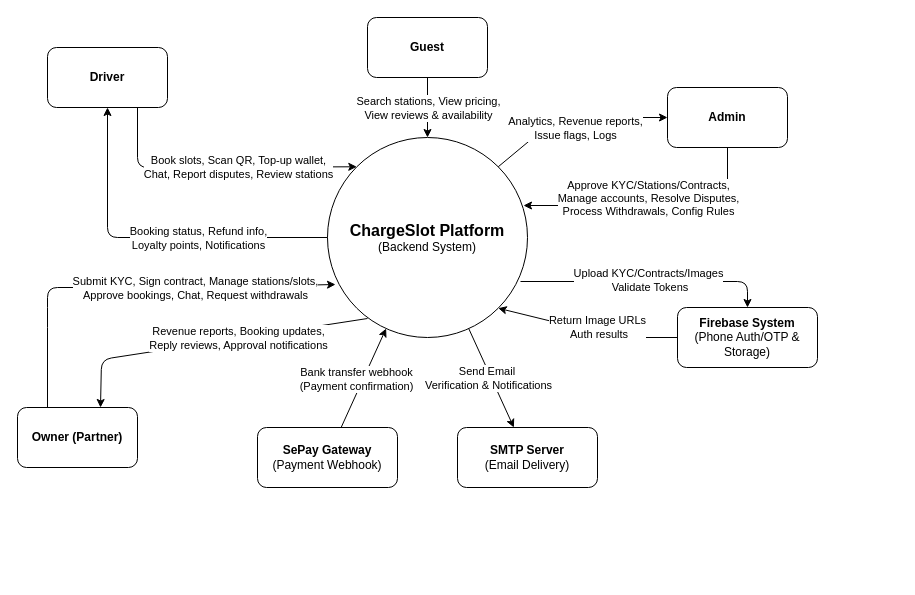
Before: context_diagram.drawio in lvhoanganh/ChargeSlot, a draw.io diagram. Source tidied: cells renumbered, new cells numbered last; positions are measured from the earlier drawing's top-left corner, leaving out a move shared by most shapes. Both pictures are drawn from the tidied source at 100%, with x=0, y=0 at pixel (17, 17).
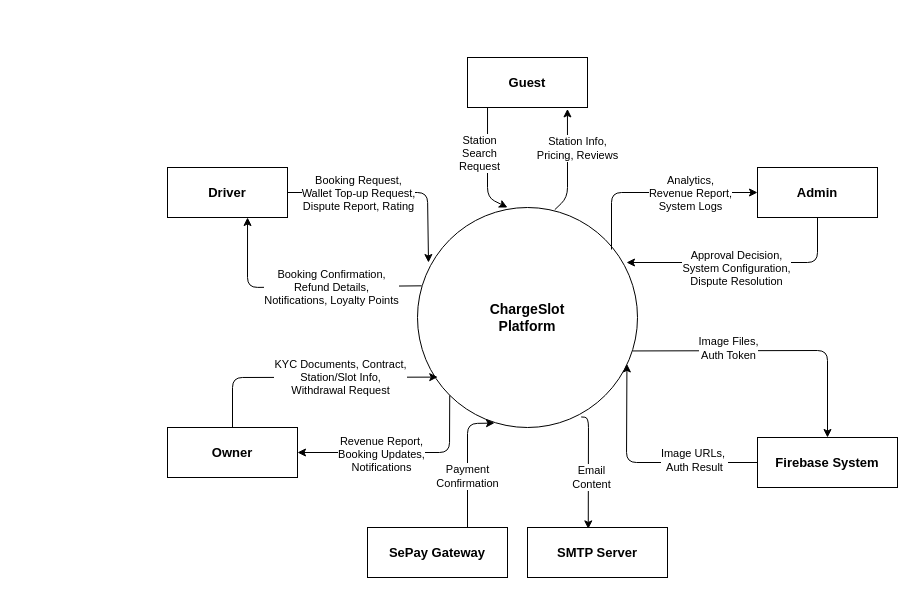
The same diagram, later.

Diff of the diagram source:
```diff
@@
-    <mxCell id="2" value="&lt;b style=&quot;font-size: 16px;&quot;&gt;ChargeSlot Platform&lt;/b&gt;&lt;br&gt;(Backend System)" style="ellipse;whiteSpace=wrap;html=1;" parent="1" vertex="1">
-      <mxGeometry x="310" y="120" width="200" height="200" as="geometry" />
+    <mxCell id="2" value="&lt;b style=&quot;font-size: 14px;&quot;&gt;ChargeSlot&lt;br&gt;Platform&lt;/b&gt;" style="ellipse;whiteSpace=wrap;html=1;fontSize=14;fontStyle=1;" parent="1" vertex="1">
+      <mxGeometry x="400" y="190" width="220" height="220" as="geometry" />
     </mxCell>
-    <mxCell id="3" value="&lt;b&gt;Guest&lt;/b&gt;" style="rounded=1;whiteSpace=wrap;html=1;" parent="1" vertex="1">
-      <mxGeometry x="350" width="120" height="60" as="geometry" />
+    <mxCell id="3" value="Guest" style="whiteSpace=wrap;html=1;fontStyle=1;fontSize=13;" parent="1" vertex="1">
+      <mxGeometry x="450" y="40" width="120" height="50" as="geometry" />
     </mxCell>
+    <mxCell id="6" value="Driver" style="whiteSpace=wrap;html=1;fontStyle=1;fontSize=13;" parent="1" vertex="1">
+      <mxGeometry x="150" y="150" width="120" height="50" as="geometry" />
+    </mxCell>
+    <mxCell id="11" value="Owner" style="whiteSpace=wrap;html=1;fontStyle=1;fontSize=13;" parent="1" vertex="1">
+      <mxGeometry x="150" y="410" width="130" height="50" as="geometry" />
+    </mxCell>
+    <mxCell id="16" value="Admin" style="whiteSpace=wrap;html=1;fontStyle=1;fontSize=13;" parent="1" vertex="1">
+      <mxGeometry x="740" y="150" width="120" height="50" as="geometry" />
+    </mxCell>
+    <mxCell id="21" value="SePay Gateway" style="whiteSpace=wrap;html=1;fontStyle=1;fontSize=13;" parent="1" vertex="1">
+      <mxGeometry x="350" y="510" width="140" height="50" as="geometry" />
+    </mxCell>
+    <mxCell id="24" value="Firebase System" style="whiteSpace=wrap;html=1;fontStyle=1;fontSize=13;" parent="1" vertex="1">
+      <mxGeometry x="740" y="420" width="140" height="50" as="geometry" />
+    </mxCell>
+    <mxCell id="29" value="SMTP Server" style="whiteSpace=wrap;html=1;fontStyle=1;fontSize=13;" parent="1" vertex="1">
+      <mxGeometry x="510" y="510" width="140" height="50" as="geometry" />
+    </mxCell>
-    <mxCell id="4" parent="1" edge="1" source="3" target="2">
-      <mxGeometry relative="1" as="geometry" />
+    <mxCell id="4" style="exitX=0.167;exitY=1;exitDx=0;exitDy=0;exitPerimeter=0;entryX=0.409;entryY=0;entryDx=0;entryDy=0;entryPerimeter=0;" parent="1" edge="1" source="3" target="2">
+      <mxGeometry relative="1" as="geometry">
+        <Array as="points">
+          <mxPoint x="470" y="180" />
+        </Array>
+      </mxGeometry>
     </mxCell>
-    <mxCell id="5" value="Search stations, View pricing,&lt;div&gt;View reviews &amp;amp; availability&lt;/div&gt;" style="edgeLabel;html=1;align=center;verticalAlign=middle;fontSize=11;" parent="4" vertex="1">
-      <mxGeometry x="-0.1" y="-1" relative="1" as="geometry">
-        <mxPoint x="1" y="3" as="offset" />
-      </mxGeometry>
-    </mxCell>
-    <mxCell id="6" value="&lt;b&gt;Driver&lt;/b&gt;" style="rounded=1;whiteSpace=wrap;html=1;" parent="1" vertex="1">
-      <mxGeometry x="30" y="30" width="120" height="60" as="geometry" />
-    </mxCell>
+    <mxCell id="32" value="Station&lt;div&gt;Search&lt;/div&gt;&lt;div&gt;Request&lt;/div&gt;" style="edgeLabel;html=1;align=center;verticalAlign=middle;fontSize=11;rotation=0;" parent="4" vertex="1">
+      <mxGeometry x="-0.1" y="-1" relative="1" as="geometry">
+        <mxPoint x="-8" y="-5" as="offset" />
+      </mxGeometry>
+    </mxCell>
+    <mxCell id="33" style="exitX=0.624;exitY=0.01;exitDx=0;exitDy=0;exitPerimeter=0;entryX=0.833;entryY=1.028;entryDx=0;entryDy=0;entryPerimeter=0;" parent="1" edge="1" source="2" target="3">
+      <mxGeometry relative="1" as="geometry">
+        <Array as="points">
+          <mxPoint x="550" y="180" />
+        </Array>
+      </mxGeometry>
+    </mxCell>
+    <mxCell id="34" value="Station Info,&lt;div&gt;Pricing, Reviews&lt;/div&gt;" style="edgeLabel;html=1;align=center;verticalAlign=middle;fontSize=11;" parent="33" vertex="1">
+      <mxGeometry x="0.1" y="1" relative="1" as="geometry">
+        <mxPoint x="11" y="-9" as="offset" />
+      </mxGeometry>
+    </mxCell>
-    <mxCell id="7" style="exitX=0.75;exitY=1;exitDx=0;exitDy=0;entryX=0;entryY=0;entryDx=0;entryDy=0;" parent="1" edge="1" source="6" target="2">
+    <mxCell id="7" style="exitX=1;exitY=0.5;exitDx=0;exitDy=0;entryX=0.05;entryY=0.25;entryDx=0;entryDy=0;entryPerimeter=0;" parent="1" edge="1" source="6" target="2">
       <mxGeometry relative="1" as="geometry">
         <Array as="points">
-          <mxPoint x="120" y="150" />
+          <mxPoint x="410" y="175" />
         </Array>
       </mxGeometry>
     </mxCell>
-    <mxCell id="8" value="Book slots, Scan QR, Top-up wallet,&#10;Chat, Report disputes, Review stations" style="edgeLabel;html=1;align=center;verticalAlign=middle;fontSize=11;" parent="7" vertex="1">
-      <mxGeometry x="-0.1" y="-1" relative="1" as="geometry">
-        <mxPoint x="34" y="-1" as="offset" />
-      </mxGeometry>
-    </mxCell>
+    <mxCell id="35" value="Booking Request,&lt;div&gt;Wallet Top-up Request,&lt;/div&gt;&lt;div&gt;Dispute Report, Rating&lt;/div&gt;" style="edgeLabel;html=1;align=center;verticalAlign=middle;fontSize=11;" parent="7" vertex="1">
+      <mxGeometry x="-0.2" y="-1" relative="1" as="geometry">
+        <mxPoint x="-14" y="-1" as="offset" />
+      </mxGeometry>
+    </mxCell>
-    <mxCell id="9" parent="1" edge="1" source="2" target="6">
+    <mxCell id="9" style="exitX=0.019;exitY=0.356;exitDx=0;exitDy=0;exitPerimeter=0;entryX=0.667;entryY=1;entryDx=0;entryDy=0;entryPerimeter=0;" parent="1" edge="1" source="2" target="6">
       <mxGeometry relative="1" as="geometry">
         <Array as="points">
-          <mxPoint x="90" y="220" />
+          <mxPoint x="230" y="270" />
         </Array>
       </mxGeometry>
     </mxCell>
-    <mxCell id="10" value="Booking status, Refund info,&#10;Loyalty points, Notifications" style="edgeLabel;html=1;align=center;verticalAlign=middle;fontSize=11;" parent="9" vertex="1">
-      <mxGeometry x="0.1" y="-1" relative="1" as="geometry">
-        <mxPoint x="63" y="1" as="offset" />
-      </mxGeometry>
-    </mxCell>
-    <mxCell id="11" value="&lt;b&gt;Owner (Partner)&lt;/b&gt;" style="rounded=1;whiteSpace=wrap;html=1;" parent="1" vertex="1">
-      <mxGeometry y="390" width="120" height="60" as="geometry" />
-    </mxCell>
+    <mxCell id="36" value="Booking Confirmation,&lt;div&gt;Refund Details,&lt;/div&gt;&lt;div&gt;Notifications, Loyalty Points&lt;/div&gt;" style="edgeLabel;html=1;align=center;verticalAlign=middle;fontSize=11;" parent="9" vertex="1">
+      <mxGeometry x="0.2" y="1" relative="1" as="geometry">
+        <mxPoint x="56" y="-1" as="offset" />
+      </mxGeometry>
+    </mxCell>
-    <mxCell id="12" style="entryX=0.04;entryY=0.735;entryDx=0;entryDy=0;entryPerimeter=0;exitX=0.25;exitY=0;exitDx=0;exitDy=0;" parent="1" edge="1" source="11" target="2">
+    <mxCell id="12" style="exitX=0.5;exitY=0;exitDx=0;exitDy=0;entryX=0.092;entryY=0.771;entryDx=0;entryDy=0;entryPerimeter=0;" parent="1" edge="1" source="11" target="2">
       <mxGeometry relative="1" as="geometry">
         <Array as="points">
-          <mxPoint x="30" y="300" />
-          <mxPoint x="30" y="270" />
-          <mxPoint x="180" y="270" />
+          <mxPoint x="215" y="360" />
         </Array>
       </mxGeometry>
     </mxCell>
-    <mxCell id="13" value="Submit KYC, Sign contract, Manage stations/slots,&#10;Approve bookings, Chat, Request withdrawals" style="edgeLabel;html=1;align=center;verticalAlign=middle;fontSize=11;" parent="12" vertex="1">
-      <mxGeometry x="-0.1" y="-1" relative="1" as="geometry">
-        <mxPoint x="83" y="-1" as="offset" />
-      </mxGeometry>
-    </mxCell>
-    <mxCell id="14" style="entryX=0.658;entryY=-0.033;entryDx=0;entryDy=0;exitX=0.18;exitY=0.895;exitDx=0;exitDy=0;exitPerimeter=0;entryPerimeter=0;" parent="1" edge="1">
-      <mxGeometry relative="1" as="geometry">
-        <mxPoint x="350" y="301" as="sourcePoint" />
-        <mxPoint x="83" y="390" as="targetPoint" />
-        <Array as="points">
-          <mxPoint x="84" y="342" />
-        </Array>
-      </mxGeometry>
-    </mxCell>
-    <mxCell id="15" value="Revenue reports, Booking updates,&#10;Reply reviews, Approval notifications" style="edgeLabel;html=1;align=center;verticalAlign=middle;fontSize=11;" parent="14" vertex="1">
-      <mxGeometry x="0.1" y="2" relative="1" as="geometry">
-        <mxPoint x="42" y="-9" as="offset" />
-      </mxGeometry>
-    </mxCell>
-    <mxCell id="16" value="&lt;b&gt;Admin&lt;/b&gt;" style="rounded=1;whiteSpace=wrap;html=1;" parent="1" vertex="1">
-      <mxGeometry x="650" y="70" width="120" height="60" as="geometry" />
-    </mxCell>
+    <mxCell id="37" value="KYC Documents, Contract,&lt;div&gt;Station/Slot Info,&lt;/div&gt;&lt;div&gt;Withdrawal Request&lt;/div&gt;" style="edgeLabel;html=1;align=center;verticalAlign=middle;fontSize=11;" parent="12" vertex="1">
+      <mxGeometry x="-0.2" y="-1" relative="1" as="geometry">
+        <mxPoint x="55" y="-1" as="offset" />
+      </mxGeometry>
+    </mxCell>
+    <mxCell id="38" style="exitX=0;exitY=1;exitDx=0;exitDy=0;entryX=1;entryY=0.5;entryDx=0;entryDy=0;" parent="1" edge="1" source="2" target="11">
+      <mxGeometry relative="1" as="geometry">
+        <Array as="points">
+          <mxPoint x="432" y="435" />
+        </Array>
+      </mxGeometry>
+    </mxCell>
+    <mxCell id="39" value="Revenue Report,&lt;div&gt;Booking Updates,&lt;/div&gt;&lt;div&gt;Notifications&lt;/div&gt;" style="edgeLabel;html=1;align=center;verticalAlign=middle;fontSize=11;" parent="38" vertex="1">
+      <mxGeometry x="0.1" y="1" relative="1" as="geometry">
+        <mxPoint x="-11" as="offset" />
+      </mxGeometry>
+    </mxCell>
-    <mxCell id="17" style="entryX=0.98;entryY=0.34;entryDx=0;entryDy=0;entryPerimeter=0;exitX=0.5;exitY=1;exitDx=0;exitDy=0;" parent="1" edge="1" source="16" target="2">
+    <mxCell id="17" style="exitX=0.5;exitY=1;exitDx=0;exitDy=0;entryX=0.95;entryY=0.25;entryDx=0;entryDy=0;entryPerimeter=0;" parent="1" edge="1" source="16" target="2">
       <mxGeometry relative="1" as="geometry">
         <Array as="points">
-          <mxPoint x="710" y="188" />
+          <mxPoint x="800" y="245" />
         </Array>
       </mxGeometry>
     </mxCell>
-    <mxCell id="18" value="Approve KYC/Stations/Contracts,&lt;div&gt;Manage accounts, Resolve Disputes,&lt;br&gt;Process Withdrawals, Config Rules&lt;/div&gt;" style="edgeLabel;html=1;align=center;verticalAlign=middle;fontSize=11;" parent="17" vertex="1">
-      <mxGeometry x="-0.1" y="1" relative="1" as="geometry">
-        <mxPoint x="-20" y="-9" as="offset" />
-      </mxGeometry>
-    </mxCell>
-    <mxCell id="19" style="entryX=0;entryY=0.5;entryDx=0;entryDy=0;exitX=1;exitY=0;exitDx=0;exitDy=0;" parent="1" edge="1" source="2" target="16">
-      <mxGeometry relative="1" as="geometry">
-        <Array as="points">
-          <mxPoint x="540" y="100" />
-        </Array>
-      </mxGeometry>
-    </mxCell>
-    <mxCell id="20" value="Analytics, Revenue reports,&#10;Issue flags, Logs" style="edgeLabel;html=1;align=center;verticalAlign=middle;fontSize=11;" parent="19" vertex="1">
-      <mxGeometry x="0.1" y="-1" relative="1" as="geometry">
-        <mxPoint x="-8" y="9" as="offset" />
-      </mxGeometry>
-    </mxCell>
-    <mxCell id="21" value="&lt;b&gt;SePay Gateway&lt;/b&gt;&#10;(Payment Webhook)" style="rounded=1;whiteSpace=wrap;html=1;" parent="1" vertex="1">
-      <mxGeometry x="240" y="410" width="140" height="60" as="geometry" />
-    </mxCell>
-    <mxCell id="22" parent="1" edge="1" source="21" target="2">
-      <mxGeometry relative="1" as="geometry" />
-    </mxCell>
-    <mxCell id="23" value="Bank transfer webhook&lt;div&gt;(Payment confirmation)&lt;/div&gt;" style="edgeLabel;html=1;align=center;verticalAlign=middle;fontSize=11;" parent="22" vertex="1">
-      <mxGeometry x="-0.1" y="2" relative="1" as="geometry">
-        <mxPoint x="-4" y="-3" as="offset" />
-      </mxGeometry>
-    </mxCell>
-    <mxCell id="24" value="&lt;b&gt;Firebase System&lt;/b&gt;&#10;(Phone Auth/OTP &amp; Storage)" style="rounded=1;whiteSpace=wrap;html=1;" parent="1" vertex="1">
-      <mxGeometry x="660" y="290" width="140" height="60" as="geometry" />
-    </mxCell>
+    <mxCell id="40" value="Approval Decision,&lt;div&gt;System Configuration,&lt;/div&gt;&lt;div&gt;Dispute Resolution&lt;/div&gt;" style="edgeLabel;html=1;align=center;verticalAlign=middle;fontSize=11;" parent="17" vertex="1">
+      <mxGeometry x="-0.2" y="1" relative="1" as="geometry">
+        <mxPoint x="-33" y="4" as="offset" />
+      </mxGeometry>
+    </mxCell>
+    <mxCell id="41" style="entryX=0;entryY=0.5;entryDx=0;entryDy=0;" parent="1" edge="1" target="16">
+      <mxGeometry relative="1" as="geometry">
+        <mxPoint x="594" y="232" as="sourcePoint" />
+        <Array as="points">
+          <mxPoint x="594" y="175" />
+        </Array>
+      </mxGeometry>
+    </mxCell>
+    <mxCell id="42" value="Analytics,&lt;div&gt;Revenue Report,&lt;div&gt;System Logs&lt;/div&gt;&lt;/div&gt;" style="edgeLabel;html=1;align=center;verticalAlign=middle;fontSize=11;" parent="41" vertex="1">
+      <mxGeometry x="0.1" y="-1" relative="1" as="geometry">
+        <mxPoint x="23" y="-1" as="offset" />
+      </mxGeometry>
+    </mxCell>
+    <mxCell id="43" style="entryX=0.35;entryY=0.98;entryDx=0;entryDy=0;entryPerimeter=0;" parent="1" edge="1" target="2">
+      <mxGeometry relative="1" as="geometry">
+        <mxPoint x="450" y="510" as="sourcePoint" />
+        <Array as="points">
+          <mxPoint x="450" y="406" />
+        </Array>
+      </mxGeometry>
+    </mxCell>
+    <mxCell id="44" value="Payment&lt;div&gt;Confirmation&lt;/div&gt;" style="edgeLabel;html=1;align=center;verticalAlign=middle;fontSize=11;" parent="43" vertex="1">
+      <mxGeometry x="-0.1" y="-1" relative="1" as="geometry">
+        <mxPoint x="-2" y="7" as="offset" />
+      </mxGeometry>
+    </mxCell>
-    <mxCell id="25" style="entryX=0.5;entryY=0;entryDx=0;entryDy=0;exitX=0.965;exitY=0.72;exitDx=0;exitDy=0;exitPerimeter=0;" parent="1" edge="1" source="2" target="24">
+    <mxCell id="25" style="entryX=0.5;entryY=0;entryDx=0;entryDy=0;exitX=0.978;exitY=0.652;exitDx=0;exitDy=0;exitPerimeter=0;" parent="1" edge="1" source="2" target="24">
       <mxGeometry relative="1" as="geometry">
         <Array as="points">
-          <mxPoint x="730" y="264" />
+          <mxPoint x="810" y="333" />
         </Array>
       </mxGeometry>
     </mxCell>
-    <mxCell id="26" value="Upload KYC/Contracts/Images&lt;div&gt;&amp;nbsp;Validate Tokens&lt;/div&gt;" style="edgeLabel;html=1;align=center;verticalAlign=middle;fontSize=11;" parent="25" vertex="1">
-      <mxGeometry x="-0.1" relative="1" as="geometry">
-        <mxPoint x="13" y="-2" as="offset" />
-      </mxGeometry>
-    </mxCell>
+    <mxCell id="45" value="Image Files,&lt;div&gt;Auth Token&lt;/div&gt;" style="edgeLabel;html=1;align=center;verticalAlign=middle;fontSize=11;" parent="25" vertex="1">
+      <mxGeometry x="-0.1" y="-1" relative="1" as="geometry">
+        <mxPoint x="-32" y="-4" as="offset" />
+      </mxGeometry>
+    </mxCell>
-    <mxCell id="27" style="entryX=1;entryY=1;entryDx=0;entryDy=0;exitX=0;exitY=0.5;exitDx=0;exitDy=0;" parent="1" edge="1" source="24" target="2">
+    <mxCell id="27" style="exitX=0;exitY=0.5;exitDx=0;exitDy=0;entryX=0.952;entryY=0.711;entryDx=0;entryDy=0;entryPerimeter=0;" parent="1" edge="1" source="24" target="2">
       <mxGeometry relative="1" as="geometry">
         <Array as="points">
-          <mxPoint x="600" y="320" />
+          <mxPoint x="609" y="445" />
         </Array>
       </mxGeometry>
     </mxCell>
-    <mxCell id="28" value="Return Image URLs&lt;div&gt;&amp;nbsp;Auth results&lt;/div&gt;" style="edgeLabel;html=1;align=center;verticalAlign=middle;fontSize=11;" parent="27" vertex="1">
-      <mxGeometry x="-0.1" relative="1" as="geometry">
-        <mxPoint x="1" y="-5" as="offset" />
-      </mxGeometry>
-    </mxCell>
-    <mxCell id="29" value="&lt;b&gt;SMTP Server&lt;/b&gt;&#10;(Email Delivery)" style="rounded=1;whiteSpace=wrap;html=1;" parent="1" vertex="1">
-      <mxGeometry x="440" y="410" width="140" height="60" as="geometry" />
-    </mxCell>
+    <mxCell id="46" value="Image URLs,&amp;nbsp;&lt;div&gt;Auth Result&lt;/div&gt;" style="edgeLabel;html=1;align=center;verticalAlign=middle;fontSize=11;" parent="27" vertex="1">
+      <mxGeometry x="0.1" y="1" relative="1" as="geometry">
+        <mxPoint x="62" y="-4" as="offset" />
+      </mxGeometry>
+    </mxCell>
-    <mxCell id="30" parent="1" edge="1" source="2" target="29">
-      <mxGeometry relative="1" as="geometry" />
+    <mxCell id="30" style="exitX=0.744;exitY=0.952;exitDx=0;exitDy=0;exitPerimeter=0;entryX=0.434;entryY=0.028;entryDx=0;entryDy=0;entryPerimeter=0;" parent="1" edge="1" source="2" target="29">
+      <mxGeometry relative="1" as="geometry">
+        <Array as="points">
+          <mxPoint x="571" y="400" />
+        </Array>
+      </mxGeometry>
     </mxCell>
-    <mxCell id="31" value="Send Email&amp;nbsp;&lt;div&gt;Verification &amp;amp; Notifications&lt;/div&gt;" style="edgeLabel;html=1;align=center;verticalAlign=middle;fontSize=11;" parent="30" vertex="1">
-      <mxGeometry x="-0.1" y="-1" relative="1" as="geometry">
-        <mxPoint y="4" as="offset" />
-      </mxGeometry>
-    </mxCell>
+    <mxCell id="47" value="Email&lt;div&gt;Content&lt;/div&gt;" style="edgeLabel;html=1;align=center;verticalAlign=middle;fontSize=11;" parent="30" vertex="1">
+      <mxGeometry x="0.1" y="1" relative="1" as="geometry">
+        <mxPoint x="2" y="2" as="offset" />
+      </mxGeometry>
+    </mxCell>
```
